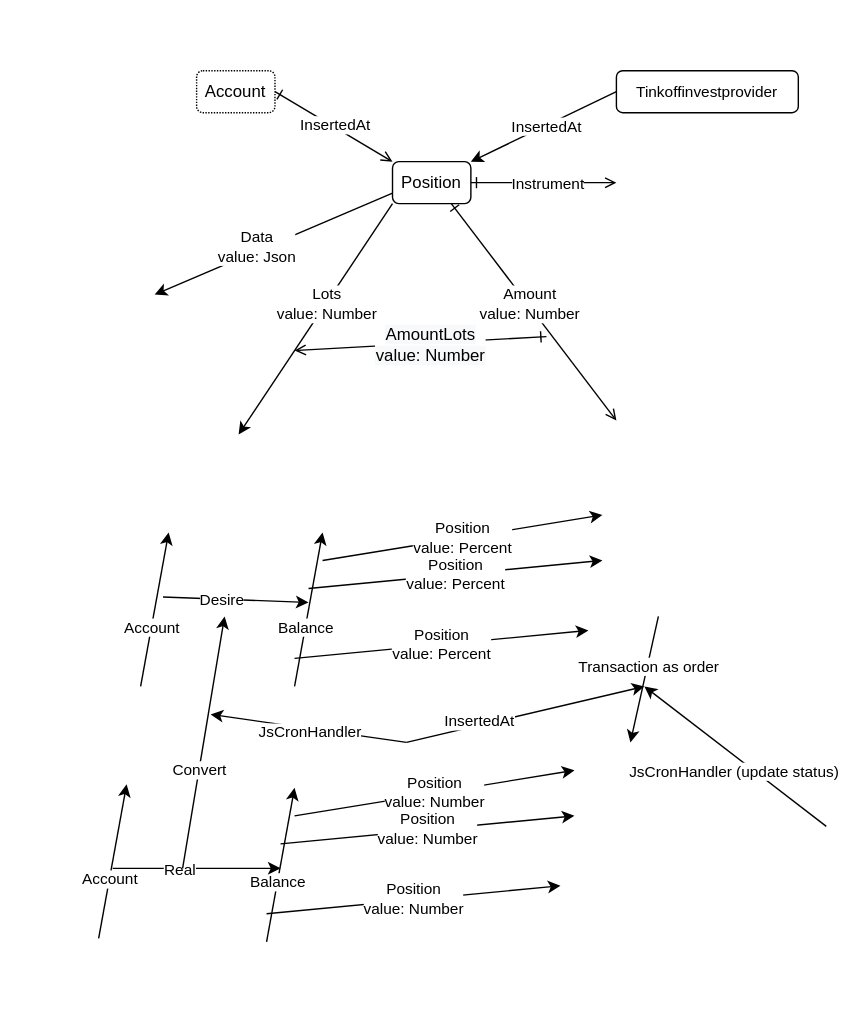
The draw.io diagram src/position/Position.drawio.svg in suenot/deep-tinkoff-invest-api, before a commit. Source tidied: cells renumbered, new cells last; positions are measured from the earlier drawing's top-left corner, leaving out a move shared by most shapes.
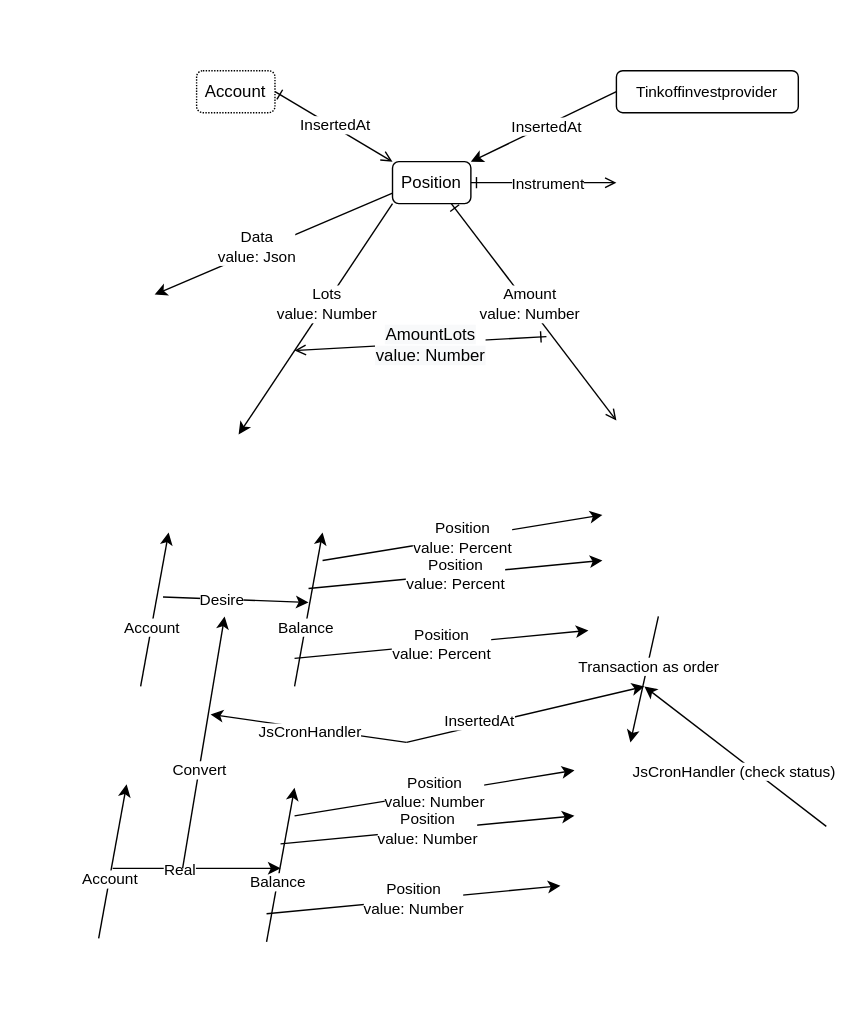
The same file after the commit.

What changed in the source:
```diff
@@ -203,7 +203,7 @@
         <mxPoint x="460" y="490" as="targetPoint" />
       </mxGeometry>
     </mxCell>
-    <mxCell id="47" value="JsCronHandler (update status)" style="edgeLabel;html=1;align=center;verticalAlign=middle;" parent="46" vertex="1">
+    <mxCell id="47" value="JsCronHandler (check status)" style="edgeLabel;html=1;align=center;verticalAlign=middle;" parent="46" vertex="1">
       <mxGeometry x="-0.21" relative="1" as="geometry">
         <mxPoint x="-15" as="offset" />
       </mxGeometry>
```
